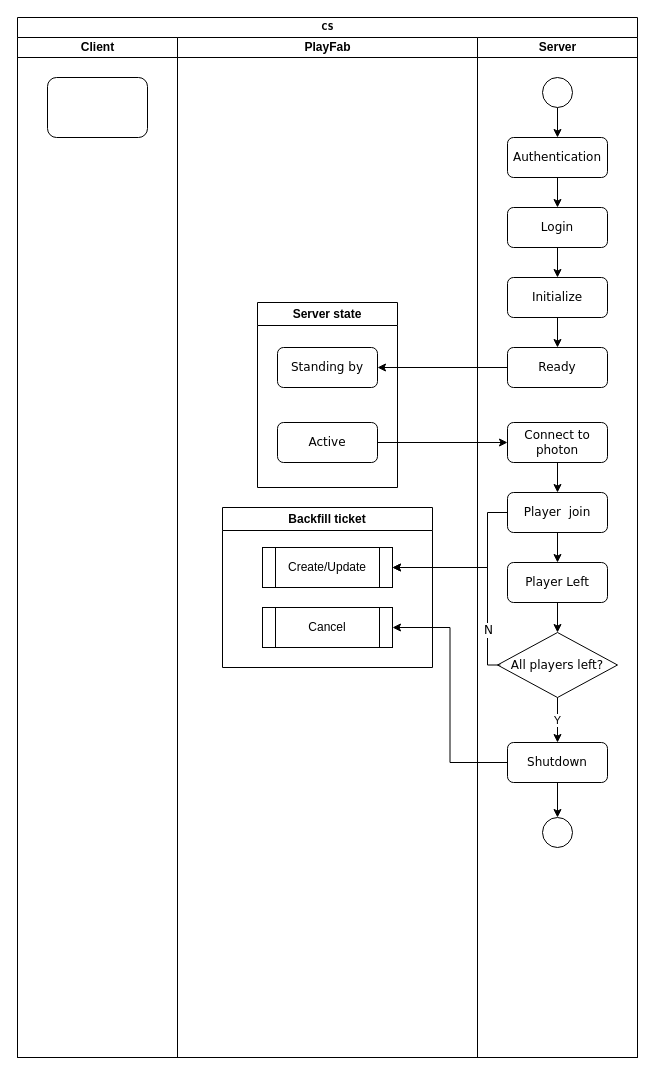
Before: PlayFabClientServer.drawio in SylarLi/Clutter, a draw.io diagram. Source tidied: cells renumbered, new cells numbered last; positions are measured from the earlier drawing's top-left corner, leaving out a move shared by most shapes. Both pictures are drawn from the tidied source at 100%, with x=0, y=0 at pixel (17, 17).
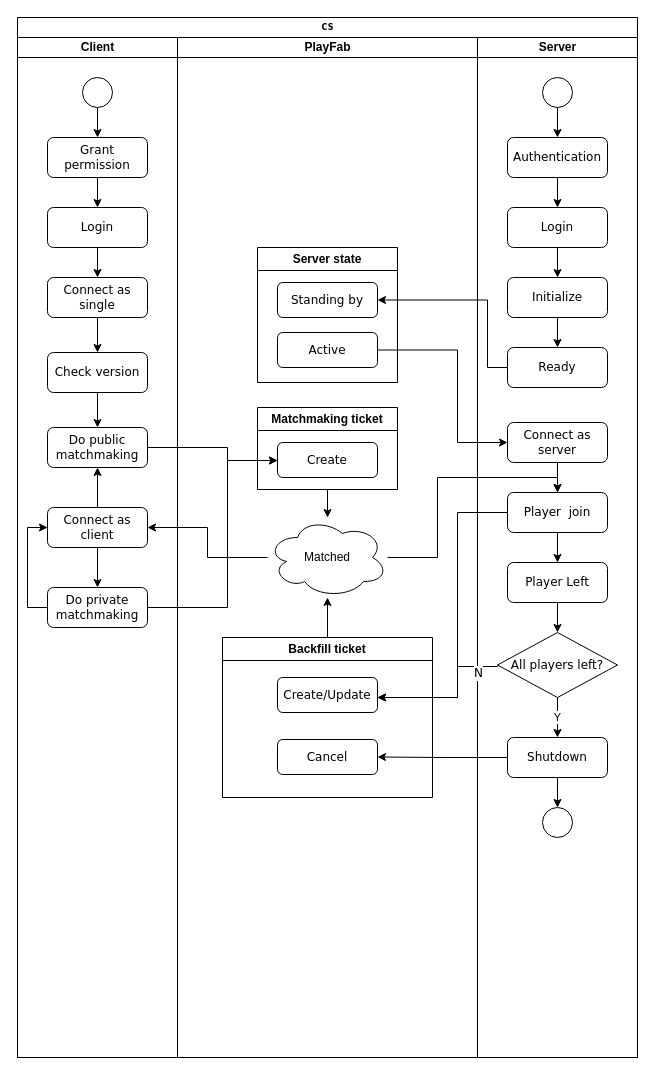
Above is the later version.

The change refers to these unchanged cells:
```xml
<mxCell id="2" value="CS" style="swimlane;html=1;startSize=20;rounded=0;shadow=0;labelBackgroundColor=none;strokeWidth=1;fontFamily=Verdana;fontSize=8;align=center;" parent="1" vertex="1">
  <mxGeometry width="620" height="1040" as="geometry" />
</mxCell>
<mxCell id="3" value="Client" style="swimlane;html=1;startSize=20;" parent="2" vertex="1">
  <mxGeometry y="20" width="160" height="1020" as="geometry" />
</mxCell>
<mxCell id="6" value="PlayFab" style="swimlane;html=1;startSize=20;" parent="2" vertex="1">
  <mxGeometry x="160" y="20" width="300" height="1020" as="geometry" />
</mxCell>
<mxCell id="15" value="Server" style="swimlane;html=1;startSize=20;" parent="2" vertex="1">
  <mxGeometry x="460" y="20" width="160" height="1020" as="geometry" />
</mxCell>
<mxCell id="24" value="Ready" style="rounded=1;whiteSpace=wrap;html=1;shadow=0;labelBackgroundColor=none;strokeWidth=1;fontFamily=Verdana;fontSize=12;align=center;" parent="15" vertex="1">
  <mxGeometry x="30" y="310" width="100" height="40" as="geometry" />
</mxCell>
<mxCell id="27" value="Player &amp;nbsp;join" style="rounded=1;whiteSpace=wrap;html=1;shadow=0;labelBackgroundColor=none;strokeWidth=1;fontFamily=Verdana;fontSize=12;align=center;" parent="15" vertex="1">
  <mxGeometry x="30" y="455" width="100" height="40" as="geometry" />
</mxCell>
```

Change to the diagram source:
```diff
@@
+    <mxCell id="5" style="edgeStyle=orthogonalEdgeStyle;rounded=1;html=1;labelBackgroundColor=none;startArrow=none;startFill=0;startSize=5;endArrow=classicThin;endFill=1;endSize=5;jettySize=auto;orthogonalLoop=1;strokeWidth=1;fontFamily=Verdana;fontSize=8;" parent="2" edge="1">
+      <mxGeometry relative="1" as="geometry">
+        <mxPoint x="770" y="690" as="sourcePoint" />
+      </mxGeometry>
+    </mxCell>
@@
-    <mxCell id="4" style="rounded=1;whiteSpace=wrap;html=1;shadow=0;labelBackgroundColor=none;strokeWidth=1;fontFamily=Verdana;fontSize=8;align=center;" parent="3" vertex="1">
-      <mxGeometry x="30" y="40" width="100" height="60" as="geometry" />
-    </mxCell>
-    <mxCell id="5" style="edgeStyle=orthogonalEdgeStyle;rounded=1;html=1;labelBackgroundColor=none;startArrow=none;startFill=0;startSize=5;endArrow=classicThin;endFill=1;endSize=5;jettySize=auto;orthogonalLoop=1;strokeWidth=1;fontFamily=Verdana;fontSize=8;" parent="2" edge="1">
-      <mxGeometry relative="1" as="geometry">
-        <mxPoint x="770" y="690" as="sourcePoint" />
-      </mxGeometry>
-    </mxCell>
+    <mxCell id="40" style="edgeStyle=orthogonalEdgeStyle;rounded=0;jettySize=auto;html=1;" parent="3" edge="1" source="41" target="43">
+      <mxGeometry relative="1" as="geometry" />
+    </mxCell>
+    <mxCell id="41" style="ellipse;whiteSpace=wrap;html=1;" parent="3" vertex="1">
+      <mxGeometry x="65" y="40" width="30" height="30" as="geometry" />
+    </mxCell>
+    <mxCell id="42" style="edgeStyle=orthogonalEdgeStyle;rounded=0;jettySize=auto;html=1;" parent="3" edge="1" source="43" target="45">
+      <mxGeometry relative="1" as="geometry" />
+    </mxCell>
+    <mxCell id="43" value="Grant&lt;br&gt;permission" style="rounded=1;whiteSpace=wrap;html=1;shadow=0;labelBackgroundColor=none;strokeWidth=1;fontFamily=Verdana;fontSize=12;align=center;" parent="3" vertex="1">
+      <mxGeometry x="30" y="100" width="100" height="40" as="geometry" />
+    </mxCell>
+    <mxCell id="44" style="edgeStyle=orthogonalEdgeStyle;rounded=0;jettySize=auto;html=1;" parent="3" edge="1" source="45" target="46">
+      <mxGeometry relative="1" as="geometry" />
+    </mxCell>
+    <mxCell id="45" value="Login" style="rounded=1;whiteSpace=wrap;html=1;shadow=0;labelBackgroundColor=none;strokeWidth=1;fontFamily=Verdana;fontSize=12;align=center;" parent="3" vertex="1">
+      <mxGeometry x="30" y="170" width="100" height="40" as="geometry" />
+    </mxCell>
+    <mxCell id="46" value="Connect as single" style="rounded=1;whiteSpace=wrap;html=1;shadow=0;labelBackgroundColor=none;strokeWidth=1;fontFamily=Verdana;fontSize=12;align=center;" parent="3" vertex="1">
+      <mxGeometry x="30" y="240" width="100" height="40" as="geometry" />
+    </mxCell>
+    <mxCell id="47" value="Do public matchmaking" style="rounded=1;whiteSpace=wrap;html=1;shadow=0;labelBackgroundColor=none;strokeWidth=1;fontFamily=Verdana;fontSize=12;align=center;" parent="3" vertex="1">
+      <mxGeometry x="30" y="390" width="100" height="40" as="geometry" />
+    </mxCell>
+    <mxCell id="48" style="edgeStyle=orthogonalEdgeStyle;rounded=0;jettySize=auto;html=1;" parent="3" edge="1" source="49" target="47">
+      <mxGeometry relative="1" as="geometry" />
+    </mxCell>
+    <mxCell id="49" value="Check version" style="rounded=1;whiteSpace=wrap;html=1;shadow=0;labelBackgroundColor=none;strokeWidth=1;fontFamily=Verdana;fontSize=12;align=center;" parent="3" vertex="1">
+      <mxGeometry x="30" y="315" width="100" height="40" as="geometry" />
+    </mxCell>
+    <mxCell id="50" style="edgeStyle=orthogonalEdgeStyle;rounded=0;jettySize=auto;html=1;" parent="3" edge="1" source="46" target="49">
+      <mxGeometry relative="1" as="geometry" />
+    </mxCell>
+    <mxCell id="51" style="edgeStyle=orthogonalEdgeStyle;rounded=0;jettySize=auto;html=1;" parent="3" edge="1" source="53" target="55">
+      <mxGeometry relative="1" as="geometry" />
+    </mxCell>
+    <mxCell id="52" style="edgeStyle=orthogonalEdgeStyle;rounded=0;jettySize=auto;html=1;" parent="3" edge="1" source="53" target="47">
+      <mxGeometry relative="1" as="geometry" />
+    </mxCell>
+    <mxCell id="53" value="Connect as client" style="rounded=1;whiteSpace=wrap;html=1;shadow=0;labelBackgroundColor=none;strokeWidth=1;fontFamily=Verdana;fontSize=12;align=center;" parent="3" vertex="1">
+      <mxGeometry x="30" y="470" width="100" height="40" as="geometry" />
+    </mxCell>
+    <mxCell id="54" style="edgeStyle=orthogonalEdgeStyle;rounded=0;jettySize=auto;html=1;exitX=0;exitY=0.5;exitDx=0;exitDy=0;entryX=0;entryY=0.5;entryDx=0;entryDy=0;" parent="3" edge="1" source="55" target="53">
+      <mxGeometry relative="1" as="geometry" />
+    </mxCell>
+    <mxCell id="55" value="Do private matchmaking" style="rounded=1;whiteSpace=wrap;html=1;shadow=0;labelBackgroundColor=none;strokeWidth=1;fontFamily=Verdana;fontSize=12;align=center;" parent="3" vertex="1">
+      <mxGeometry x="30" y="550" width="100" height="40" as="geometry" />
+    </mxCell>
@@
     <mxCell id="7" value="Server state" style="swimlane;whiteSpace=wrap;html=1;" parent="6" vertex="1">
-      <mxGeometry x="80" y="265" width="140" height="185" as="geometry" />
+      <mxGeometry x="80" y="210" width="140" height="135" as="geometry" />
     </mxCell>
     <mxCell id="8" value="Standing by" style="rounded=1;whiteSpace=wrap;html=1;shadow=0;labelBackgroundColor=none;strokeWidth=1;fontFamily=Verdana;fontSize=12;align=center;" parent="7" vertex="1">
-      <mxGeometry x="20" y="45" width="100" height="40" as="geometry" />
+      <mxGeometry x="20" y="35" width="100" height="35" as="geometry" />
     </mxCell>
     <mxCell id="9" value="Active" style="rounded=1;whiteSpace=wrap;html=1;shadow=0;labelBackgroundColor=none;strokeWidth=1;fontFamily=Verdana;fontSize=12;align=center;" parent="7" vertex="1">
-      <mxGeometry x="20" y="120" width="100" height="40" as="geometry" />
+      <mxGeometry x="20" y="85" width="100" height="35" as="geometry" />
     </mxCell>
+    <mxCell id="56" style="edgeStyle=orthogonalEdgeStyle;rounded=0;jettySize=auto;html=1;" parent="6" edge="1" source="10" target="60">
+      <mxGeometry relative="1" as="geometry" />
+    </mxCell>
     <mxCell id="10" value="Backfill ticket" style="swimlane;whiteSpace=wrap;html=1;" parent="6" vertex="1">
-      <mxGeometry x="45" y="470" width="210" height="160" as="geometry" />
+      <mxGeometry x="45" y="600" width="210" height="160" as="geometry" />
     </mxCell>
-    <mxCell id="11" value="Create/Update" style="shape=process;whiteSpace=wrap;html=1;backgroundOutline=1;" parent="10" vertex="1">
-      <mxGeometry x="40" y="40" width="130" height="40" as="geometry" />
+    <mxCell id="11" value="Create/Update" style="rounded=1;whiteSpace=wrap;html=1;shadow=0;labelBackgroundColor=none;strokeWidth=1;fontFamily=Verdana;fontSize=12;align=center;" parent="10" vertex="1">
+      <mxGeometry x="55" y="40" width="100" height="35" as="geometry" />
     </mxCell>
-    <mxCell id="12" value="Cancel" style="shape=process;whiteSpace=wrap;html=1;backgroundOutline=1;" parent="10" vertex="1">
-      <mxGeometry x="40" y="100" width="130" height="40" as="geometry" />
+    <mxCell id="12" value="Cancel" style="rounded=1;whiteSpace=wrap;html=1;shadow=0;labelBackgroundColor=none;strokeWidth=1;fontFamily=Verdana;fontSize=12;align=center;" parent="10" vertex="1">
+      <mxGeometry x="55" y="102" width="100" height="35" as="geometry" />
     </mxCell>
+    <mxCell id="57" style="edgeStyle=orthogonalEdgeStyle;rounded=0;jettySize=auto;html=1;" parent="6" edge="1" source="58" target="60">
+      <mxGeometry relative="1" as="geometry" />
+    </mxCell>
+    <mxCell id="58" value="Matchmaking ticket" style="swimlane;whiteSpace=wrap;html=1;" parent="6" vertex="1">
+      <mxGeometry x="80" y="370" width="140" height="82" as="geometry" />
+    </mxCell>
+    <mxCell id="59" value="Create" style="rounded=1;whiteSpace=wrap;html=1;shadow=0;labelBackgroundColor=none;strokeWidth=1;fontFamily=Verdana;fontSize=12;align=center;" parent="58" vertex="1">
+      <mxGeometry x="20" y="35" width="100" height="35" as="geometry" />
+    </mxCell>
+    <mxCell id="60" value="Matched" style="ellipse;shape=cloud;whiteSpace=wrap;html=1;" parent="6" vertex="1">
+      <mxGeometry x="90" y="480" width="120" height="80" as="geometry" />
+    </mxCell>
-    <mxCell id="13" style="edgeStyle=orthogonalEdgeStyle;rounded=0;jettySize=auto;html=1;" parent="2" edge="1" source="24" target="8">
-      <mxGeometry relative="1" as="geometry" />
+    <mxCell id="13" style="edgeStyle=orthogonalEdgeStyle;rounded=0;jettySize=auto;html=1;entryX=1;entryY=0.5;entryDx=0;entryDy=0;" parent="2" edge="1" source="24" target="8">
+      <mxGeometry relative="1" as="geometry">
+        <Array as="points">
+          <mxPoint x="470" y="350" />
+          <mxPoint x="470" y="283" />
+        </Array>
+      </mxGeometry>
     </mxCell>
-    <mxCell id="14" style="edgeStyle=orthogonalEdgeStyle;rounded=0;jettySize=auto;html=1;" parent="2" edge="1" source="9" target="26">
-      <mxGeometry relative="1" as="geometry" />
+    <mxCell id="14" style="edgeStyle=orthogonalEdgeStyle;rounded=0;jettySize=auto;html=1;entryX=0;entryY=0.5;entryDx=0;entryDy=0;" parent="2" edge="1" source="9" target="26">
+      <mxGeometry relative="1" as="geometry">
+        <Array as="points">
+          <mxPoint x="440" y="333" />
+          <mxPoint x="440" y="425" />
+        </Array>
+      </mxGeometry>
     </mxCell>
@@
-    <mxCell id="26" value="Connect to photon" style="rounded=1;whiteSpace=wrap;html=1;shadow=0;labelBackgroundColor=none;strokeWidth=1;fontFamily=Verdana;fontSize=12;align=center;" parent="15" vertex="1">
+    <mxCell id="26" value="Connect as server" style="rounded=1;whiteSpace=wrap;html=1;shadow=0;labelBackgroundColor=none;strokeWidth=1;fontFamily=Verdana;fontSize=12;align=center;" parent="15" vertex="1">
       <mxGeometry x="30" y="385" width="100" height="40" as="geometry" />
     </mxCell>
@@
     <mxCell id="33" value="Shutdown" style="rounded=1;whiteSpace=wrap;html=1;shadow=0;labelBackgroundColor=none;strokeWidth=1;fontFamily=Verdana;fontSize=12;align=center;" parent="15" vertex="1">
-      <mxGeometry x="30" y="705" width="100" height="40" as="geometry" />
+      <mxGeometry x="30" y="700" width="100" height="40" as="geometry" />
     </mxCell>
@@
     <mxCell id="35" style="ellipse;whiteSpace=wrap;html=1;" parent="15" vertex="1">
-      <mxGeometry x="65" y="780" width="30" height="30" as="geometry" />
+      <mxGeometry x="65" y="770" width="30" height="30" as="geometry" />
     </mxCell>
-    <mxCell id="36" style="edgeStyle=orthogonalEdgeStyle;rounded=0;jettySize=auto;html=1;fontSize=12;fontFamily=Verdana;" parent="2" edge="1" target="11">
-      <mxGeometry relative="1" as="geometry">
-        <mxPoint x="483" y="647.5" as="sourcePoint" />
-        <Array as="points">
-          <mxPoint x="470" y="648" />
-          <mxPoint x="470" y="550" />
-        </Array>
-      </mxGeometry>
-    </mxCell>
+    <mxCell id="39" style="edgeStyle=orthogonalEdgeStyle;rounded=0;jettySize=auto;html=1;" parent="2" edge="1" source="33" target="12">
+      <mxGeometry relative="1" as="geometry" />
+    </mxCell>
+    <mxCell id="61" style="edgeStyle=orthogonalEdgeStyle;rounded=0;jettySize=auto;html=1;" parent="2" edge="1" target="11">
+      <mxGeometry relative="1" as="geometry">
+        <mxPoint x="480" y="648" as="sourcePoint" />
+        <Array as="points">
+          <mxPoint x="480" y="649" />
+          <mxPoint x="440" y="649" />
+          <mxPoint x="440" y="680" />
+        </Array>
+      </mxGeometry>
+    </mxCell>
-    <mxCell id="37" value="N" style="edgeLabel;html=1;align=center;verticalAlign=middle;fontSize=12;fontFamily=Verdana;" parent="36" vertex="1">
-      <mxGeometry x="-0.53" relative="1" as="geometry" />
+    <mxCell id="37" value="N" style="edgeLabel;html=1;align=center;verticalAlign=middle;fontFamily=Verdana;fontSize=12;" parent="61" vertex="1">
+      <mxGeometry x="-0.15" y="1" relative="1" as="geometry">
+        <mxPoint x="19" y="-18" as="offset" />
+      </mxGeometry>
     </mxCell>
     <mxCell id="38" style="edgeStyle=orthogonalEdgeStyle;rounded=0;jettySize=auto;html=1;" parent="2" edge="1" source="27" target="11">
       <mxGeometry relative="1" as="geometry">
         <Array as="points">
-          <mxPoint x="470" y="495" />
-          <mxPoint x="470" y="550" />
+          <mxPoint x="440" y="495" />
+          <mxPoint x="440" y="680" />
         </Array>
       </mxGeometry>
     </mxCell>
-    <mxCell id="39" style="edgeStyle=orthogonalEdgeStyle;rounded=0;jettySize=auto;html=1;entryX=1;entryY=0.5;entryDx=0;entryDy=0;" parent="2" edge="1" source="33" target="12">
-      <mxGeometry relative="1" as="geometry" />
-    </mxCell>
+    <mxCell id="62" style="edgeStyle=orthogonalEdgeStyle;rounded=0;jettySize=auto;html=1;exitX=1;exitY=0.5;exitDx=0;exitDy=0;" parent="2" edge="1" source="47" target="59">
+      <mxGeometry relative="1" as="geometry">
+        <Array as="points">
+          <mxPoint x="210" y="430" />
+          <mxPoint x="210" y="443" />
+        </Array>
+      </mxGeometry>
+    </mxCell>
+    <mxCell id="63" style="edgeStyle=orthogonalEdgeStyle;rounded=0;jettySize=auto;html=1;entryX=0.5;entryY=0;entryDx=0;entryDy=0;" parent="2" edge="1" source="60" target="27">
+      <mxGeometry relative="1" as="geometry">
+        <Array as="points">
+          <mxPoint x="420" y="540" />
+          <mxPoint x="420" y="460" />
+          <mxPoint x="540" y="460" />
+        </Array>
+      </mxGeometry>
+    </mxCell>
+    <mxCell id="64" style="edgeStyle=orthogonalEdgeStyle;rounded=0;jettySize=auto;html=1;entryX=1;entryY=0.5;entryDx=0;entryDy=0;" parent="2" edge="1" source="60" target="53">
+      <mxGeometry relative="1" as="geometry" />
+    </mxCell>
+    <mxCell id="65" style="edgeStyle=orthogonalEdgeStyle;rounded=0;jettySize=auto;html=1;" parent="2" edge="1" source="55" target="59">
+      <mxGeometry relative="1" as="geometry">
+        <Array as="points">
+          <mxPoint x="210" y="590" />
+          <mxPoint x="210" y="443" />
+        </Array>
+      </mxGeometry>
+    </mxCell>
```
